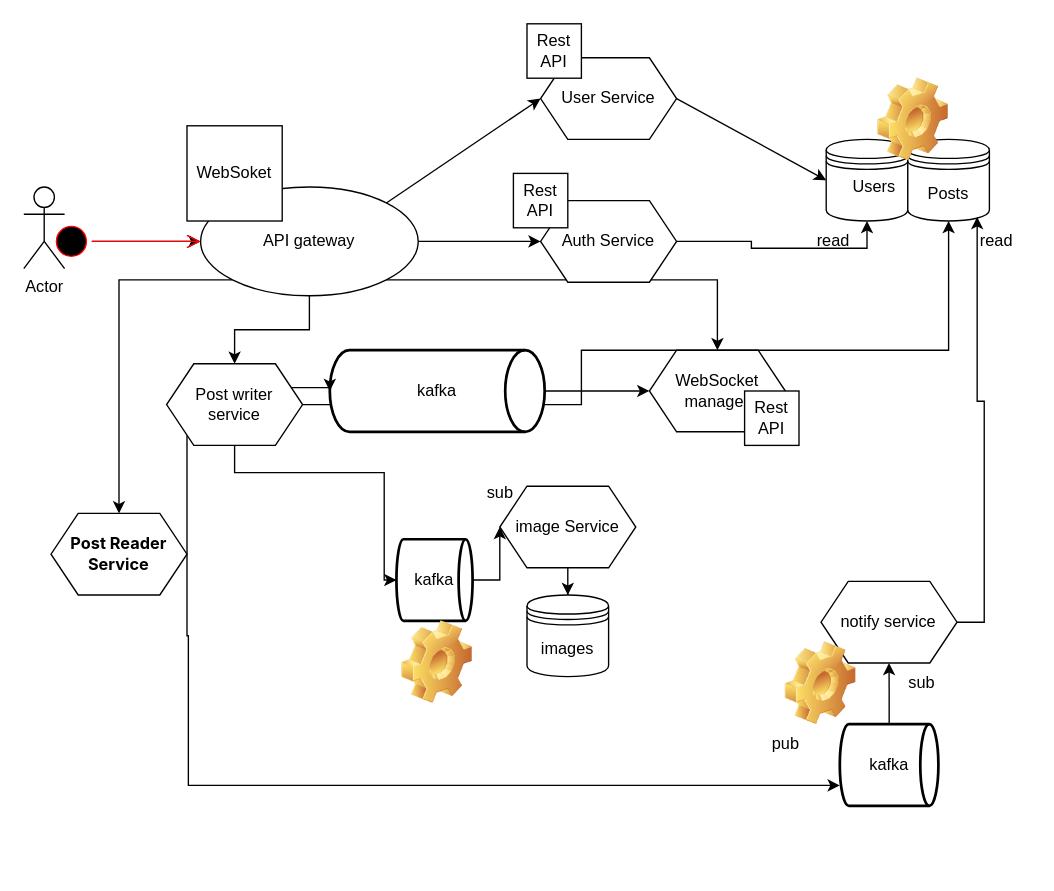
This is src/Диаграмма без названия.drawio from maxfa5/image-boarg, a draw.io file, before an edit. Source tidied: cells renumbered, new cells numbered last; positions are measured from the earlier drawing's top-left corner, leaving out a move shared by most shapes. Both pictures are drawn from the tidied source at 136%, with x=0, y=0 at pixel (23, 23).
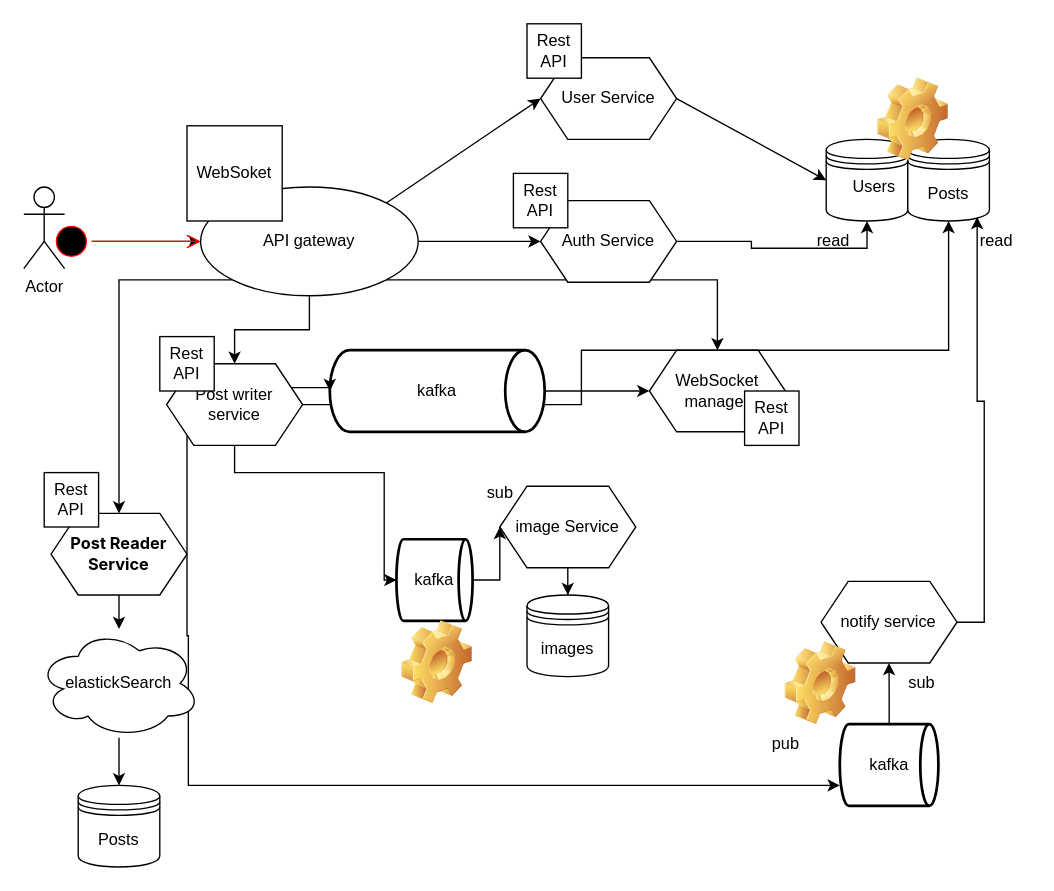
Above is the later version.

Unchanged cells that the change refers to:
```xml
<mxCell id="48" value="&lt;h4 style=&quot;font-weight: var(--ds-font-weight-strong); line-height: var(--ds-md-line-height); margin: calc(var(--ds-md-zoom)*16px)0 calc(var(--ds-md-zoom)*12px)0; font-family: Inter, system-ui, -apple-system, BlinkMacSystemFont, &amp;quot;Segoe UI&amp;quot;, Roboto, &amp;quot;Noto Sans&amp;quot;, Ubuntu, Cantarell, &amp;quot;Helvetica Neue&amp;quot;, Oxygen, &amp;quot;Open Sans&amp;quot;, sans-serif;&quot;&gt;&lt;strong style=&quot;&quot;&gt;&lt;font style=&quot;color: rgb(0, 0, 0);&quot;&gt;Post Reader Service&lt;/font&gt;&lt;/strong&gt;&lt;/h4&gt;" style="rounded=0;whiteSpace=wrap;html=1;shape=hexagon;perimeter=hexagonPerimeter2;fixedSize=1;align=center;" parent="1" vertex="1">
  <mxGeometry x="20" y="360" width="100" height="60" as="geometry" />
</mxCell>
```

What changed in the source:
```diff
@@
+    <mxCell id="49" style="edgeStyle=orthogonalEdgeStyle;rounded=0;jettySize=auto;html=1;entryX=0.5;entryY=0;entryDx=0;entryDy=0;" parent="1" edge="1" source="52" target="50">
+      <mxGeometry relative="1" as="geometry" />
+    </mxCell>
@@
+    <mxCell id="50" value="Posts" style="shape=datastore;whiteSpace=wrap;html=1;" parent="1" vertex="1">
+      <mxGeometry x="40" y="560" width="60" height="60" as="geometry" />
+    </mxCell>
+    <mxCell id="51" style="edgeStyle=orthogonalEdgeStyle;rounded=0;jettySize=auto;html=1;entryX=0.5;entryY=0;entryDx=0;entryDy=0;" parent="1" edge="1" source="48" target="52">
+      <mxGeometry relative="1" as="geometry" />
+    </mxCell>
+    <mxCell id="52" value="elastickSearch" style="ellipse;shape=cloud;whiteSpace=wrap;html=1;" parent="1" vertex="1">
+      <mxGeometry x="10" y="445" width="120" height="80" as="geometry" />
+    </mxCell>
+    <mxCell id="53" value="Rest API" style="whiteSpace=wrap;html=1;" parent="1" vertex="1">
+      <mxGeometry x="100" y="230" width="40" height="40" as="geometry" />
+    </mxCell>
+    <mxCell id="54" value="Rest API" style="whiteSpace=wrap;html=1;" parent="1" vertex="1">
+      <mxGeometry x="15" y="330" width="40" height="40" as="geometry" />
+    </mxCell>
```
